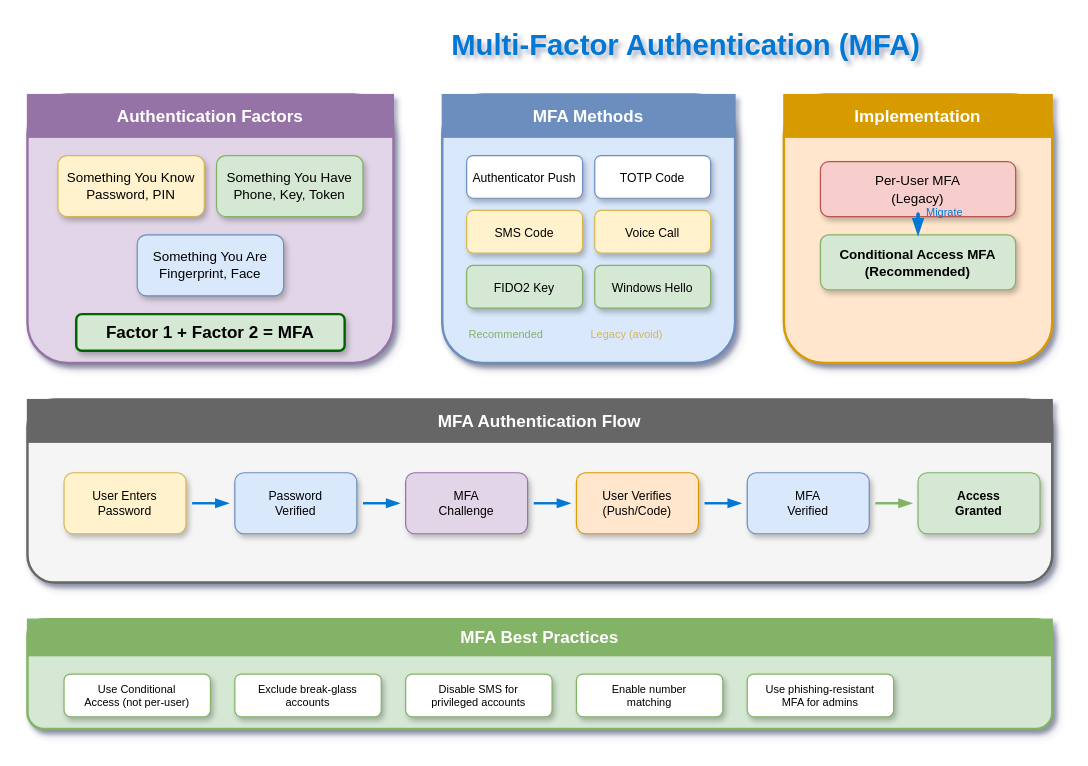
Above: lesson-04-authentication/4.2-multi-factor-authentication/diagram.drawio in MrParkerZ7/document-lesson-ad-entra-x-claude (draw.io), before the change. Source tidied: cells renumbered, new cells numbered last; positions are measured from the earlier drawing's top-left corner, leaving out a move shared by most shapes. Both pictures are drawn from the tidied source at 122%, with x=0, y=0 at pixel (27, 21).
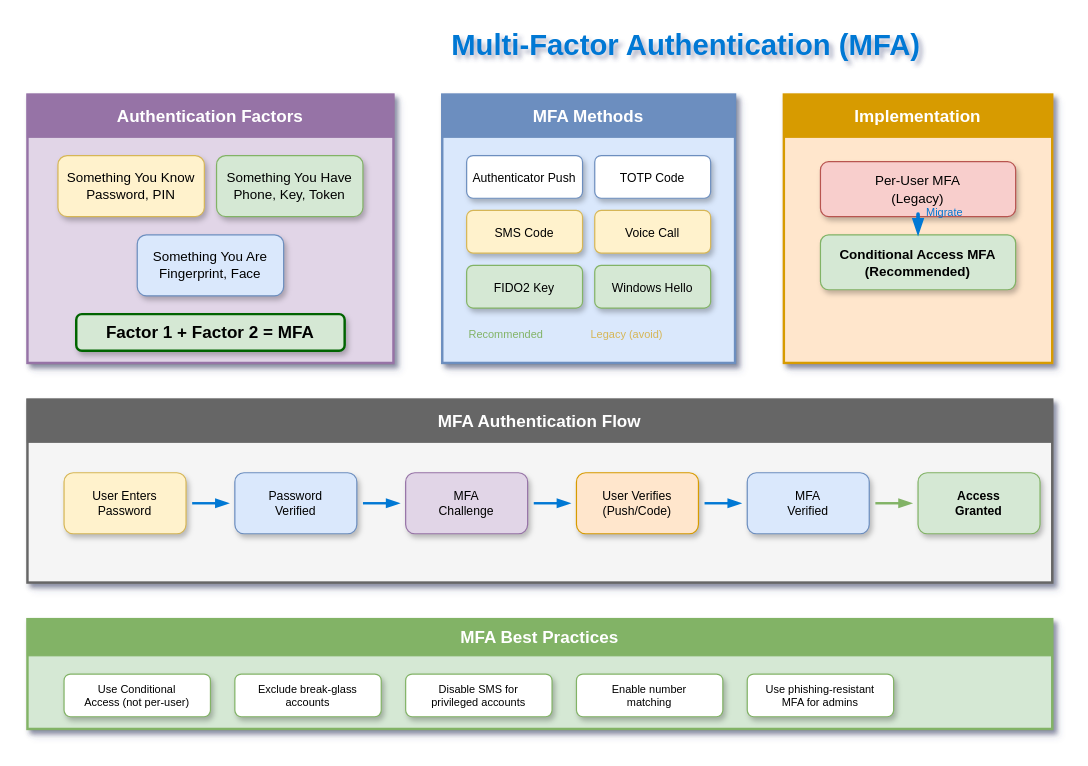
The same page after the edit.

The edit, as a diff of the source:
```diff
@@
-    <mxCell id="3" style="rounded=1;whiteSpace=wrap;html=1;fillColor=#e1d5e7;strokeColor=#9673a6;strokeWidth=2;shadow=1;" parent="1" vertex="1">
+    <mxCell id="3" style="rounded=0;whiteSpace=wrap;html=1;fillColor=#e1d5e7;strokeColor=#9673a6;strokeWidth=2;shadow=1;" parent="1" vertex="1">
       <mxGeometry y="60" width="300" height="220" as="geometry" />
     </mxCell>
@@
-    <mxCell id="9" style="rounded=1;whiteSpace=wrap;html=1;fillColor=#dae8fc;strokeColor=#6c8ebf;strokeWidth=2;shadow=1;" parent="1" vertex="1">
+    <mxCell id="9" style="rounded=0;whiteSpace=wrap;html=1;fillColor=#dae8fc;strokeColor=#6c8ebf;strokeWidth=2;shadow=1;" parent="1" vertex="1">
       <mxGeometry x="340" y="60" width="240" height="220" as="geometry" />
     </mxCell>
@@
-    <mxCell id="19" style="rounded=1;whiteSpace=wrap;html=1;fillColor=#ffe6cc;strokeColor=#d79b00;strokeWidth=2;shadow=1;" parent="1" vertex="1">
+    <mxCell id="19" style="rounded=0;whiteSpace=wrap;html=1;fillColor=#ffe6cc;strokeColor=#d79b00;strokeWidth=2;shadow=1;" parent="1" vertex="1">
       <mxGeometry x="620" y="60" width="220" height="220" as="geometry" />
     </mxCell>
@@
-    <mxCell id="25" style="rounded=1;whiteSpace=wrap;html=1;fillColor=#f5f5f5;strokeColor=#666666;strokeWidth=2;shadow=1;" parent="1" vertex="1">
+    <mxCell id="25" style="rounded=0;whiteSpace=wrap;html=1;fillColor=#f5f5f5;strokeColor=#666666;strokeWidth=2;shadow=1;" parent="1" vertex="1">
       <mxGeometry y="310" width="840" height="150" as="geometry" />
     </mxCell>
@@
-    <mxCell id="38" style="rounded=1;whiteSpace=wrap;html=1;fillColor=#d5e8d4;strokeColor=#82b366;strokeWidth=2;shadow=1;" parent="1" vertex="1">
+    <mxCell id="38" style="rounded=0;whiteSpace=wrap;html=1;fillColor=#d5e8d4;strokeColor=#82b366;strokeWidth=2;shadow=1;" parent="1" vertex="1">
       <mxGeometry y="490" width="840" height="90" as="geometry" />
     </mxCell>
```
